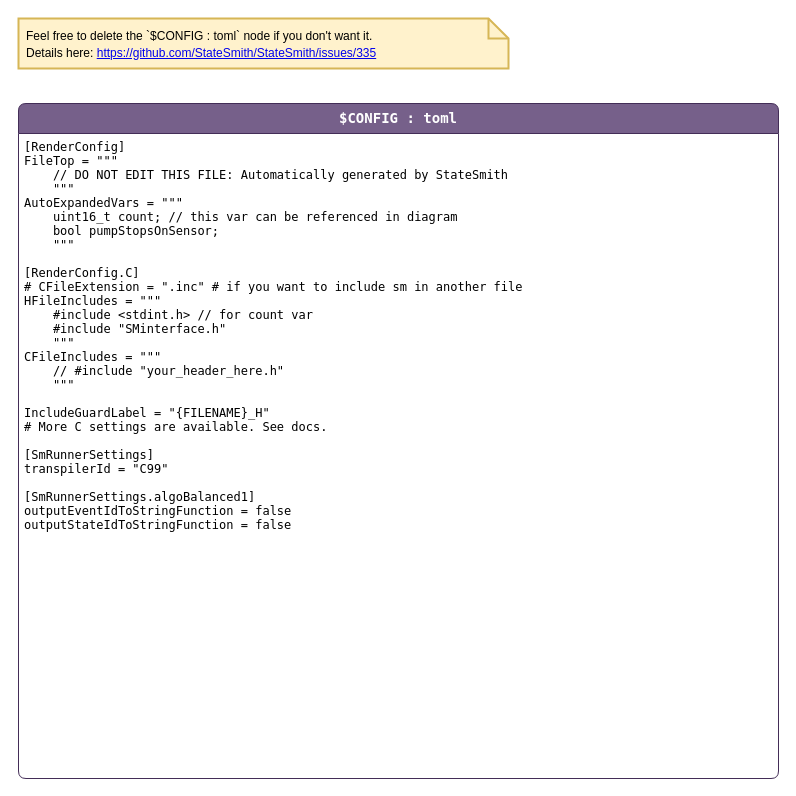
Above: page "config" (2 of 3) of Core/StateMachine/SMSodaStreamPure.drawio in Joe10CS/Pure (draw.io), before the change. Source tidied: cells renumbered, new cells numbered last; positions are measured from the earlier drawing's top-left corner, leaving out a move shared by most shapes. Both pictures are drawn from the tidied source at 100%, with x=0, y=0 at pixel (18, 18).
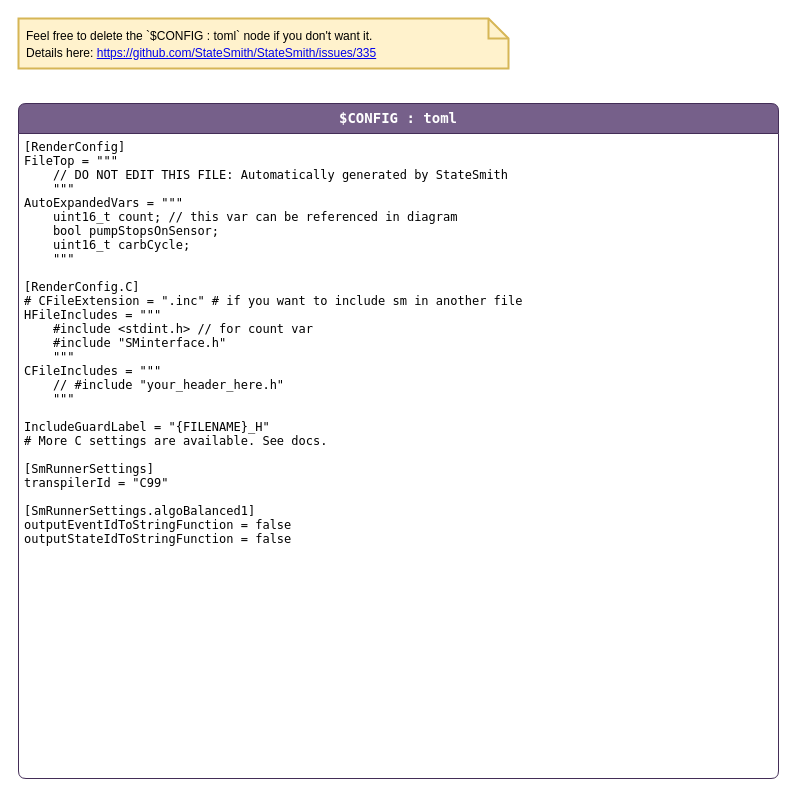
Above is the later version.

What changed in the source:
```diff
@@
 <mxGraphModel>
   <root>
     <mxCell id="0" />
     <mxCell id="1" parent="0" />
     <mxCell id="2" value="$CONFIG : toml" style="shape=swimlane;align=center;verticalAlign=top;fontFamily=Lucida Console;startSize=30;fontSize=14;fontStyle=1;swimlaneFillColor=default;rounded=1;arcSize=15;absoluteArcSize=1;fillColor=#76608a;strokeColor=#432D57;fontColor=#ffffff;" parent="1" vertex="1">
       <mxGeometry y="85" width="760" height="675" as="geometry" />
     </mxCell>
-    <mxCell id="3" value="[RenderConfig]&#10;FileTop = &quot;&quot;&quot;&#10;    // DO NOT EDIT THIS FILE: Automatically generated by StateSmith&#10;    &quot;&quot;&quot;&#10;AutoExpandedVars = &quot;&quot;&quot;&#10;    uint16_t count; // this var can be referenced in diagram&#10;    bool pumpStopsOnSensor;&#10;    &quot;&quot;&quot;&#10;&#10;[RenderConfig.C]&#10;# CFileExtension = &quot;.inc&quot; # if you want to include sm in another file&#10;HFileIncludes = &quot;&quot;&quot;&#10;    #include &lt;stdint.h&gt; // for count var&#10;    #include &quot;SMinterface.h&quot;&#10;    &quot;&quot;&quot;&#10;CFileIncludes = &quot;&quot;&quot;&#10;    // #include &quot;your_header_here.h&quot;&#10;    &quot;&quot;&quot;&#10;&#10;IncludeGuardLabel = &quot;{FILENAME}_H&quot;&#10;# More C settings are available. See docs.&#10;&#10;[SmRunnerSettings]&#10;transpilerId = &quot;C99&quot;&#10;&#10;[SmRunnerSettings.algoBalanced1]&#10;outputEventIdToStringFunction = false&#10;outputStateIdToStringFunction = false&#10;" style="fontFamily=Lucida Console;align=left;verticalAlign=top;fillColor=none;gradientColor=none;strokeColor=none;rounded=0;spacingLeft=4;" parent="2" vertex="1">
-      <mxGeometry y="30" width="520" height="420" as="geometry" />
+    <mxCell id="3" value="[RenderConfig]&#10;FileTop = &quot;&quot;&quot;&#10;    // DO NOT EDIT THIS FILE: Automatically generated by StateSmith&#10;    &quot;&quot;&quot;&#10;AutoExpandedVars = &quot;&quot;&quot;&#10;    uint16_t count; // this var can be referenced in diagram&#10;    bool pumpStopsOnSensor;&#10;    uint16_t carbCycle;&#10;    &quot;&quot;&quot;&#10;&#10;[RenderConfig.C]&#10;# CFileExtension = &quot;.inc&quot; # if you want to include sm in another file&#10;HFileIncludes = &quot;&quot;&quot;&#10;    #include &lt;stdint.h&gt; // for count var&#10;    #include &quot;SMinterface.h&quot;&#10;    &quot;&quot;&quot;&#10;CFileIncludes = &quot;&quot;&quot;&#10;    // #include &quot;your_header_here.h&quot;&#10;    &quot;&quot;&quot;&#10;&#10;IncludeGuardLabel = &quot;{FILENAME}_H&quot;&#10;# More C settings are available. See docs.&#10;&#10;[SmRunnerSettings]&#10;transpilerId = &quot;C99&quot;&#10;&#10;[SmRunnerSettings.algoBalanced1]&#10;outputEventIdToStringFunction = false&#10;outputStateIdToStringFunction = false&#10;" style="fontFamily=Lucida Console;align=left;verticalAlign=top;fillColor=none;gradientColor=none;strokeColor=none;rounded=0;spacingLeft=4;" parent="2" vertex="1">
+      <mxGeometry y="30" width="520" height="430" as="geometry" />
     </mxCell>
     <mxCell id="4" value="&lt;span style=&quot;color: rgb(0, 0, 0); font-size: 12px;&quot;&gt;Feel free to delete the `$CONFIG : toml` node if you don't want it.&lt;/span&gt;&lt;br style=&quot;color: rgb(0, 0, 0); font-size: 12px;&quot;&gt;&lt;span style=&quot;color: rgb(0, 0, 0); font-size: 12px;&quot;&gt;Details here:&amp;nbsp;&lt;/span&gt;&lt;a style=&quot;font-size: 12px;&quot; href=&quot;https://github.com/StateSmith/StateSmith/issues/335&quot;&gt;https://github.com/StateSmith/StateSmith/issues/335&lt;/a&gt;" style="shape=note;strokeWidth=2;fontSize=14;size=20;whiteSpace=wrap;html=1;fillColor=#fff2cc;strokeColor=#d6b656;fontColor=#2B2B00;align=left;spacingLeft=6;" parent="1" vertex="1">
       <mxGeometry width="490" height="50" as="geometry" />
     </mxCell>
   </root>
 </mxGraphModel>
```
